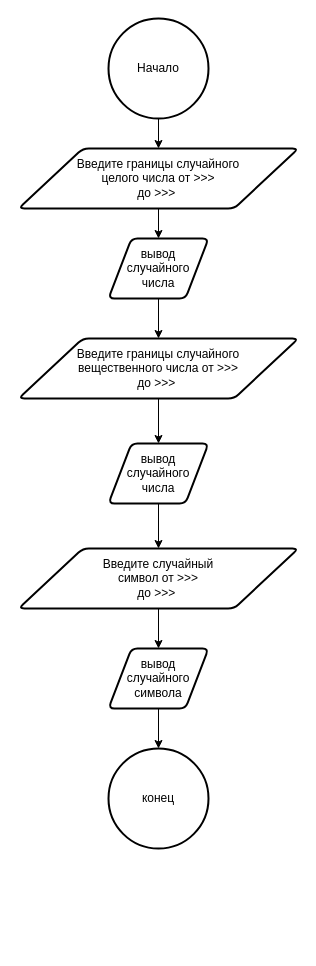
Before: page "les_1_task_3" (3 of 4) of less-1/Диаграмма без названия.drawio in AiDevon/gb_groups_39870, a draw.io diagram. Source tidied: cells renumbered, new cells numbered last; positions are measured from the earlier drawing's top-left corner, leaving out a move shared by most shapes. Both pictures are drawn from the tidied source at 100%, with x=0, y=0 at pixel (18, 18).
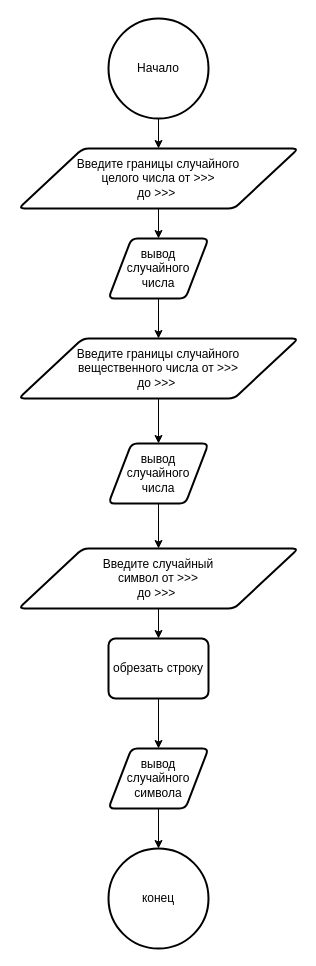
After the change.

Change to the diagram source:
```diff
@@
 <mxGraphModel>
   <root>
     <mxCell id="0" />
     <mxCell id="1" parent="0" />
     <mxCell id="2" style="edgeStyle=orthogonalEdgeStyle;rounded=0;jettySize=auto;html=1;entryX=0.5;entryY=0;entryDx=0;entryDy=0;" parent="1" edge="1" source="3" target="5">
       <mxGeometry relative="1" as="geometry" />
     </mxCell>
     <mxCell id="3" value="Начало" style="strokeWidth=2;html=1;shape=mxgraph.flowchart.start_2;whiteSpace=wrap;" parent="1" vertex="1">
       <mxGeometry x="90" width="100" height="100" as="geometry" />
     </mxCell>
     <mxCell id="4" style="edgeStyle=orthogonalEdgeStyle;rounded=0;jettySize=auto;html=1;entryX=0.5;entryY=0;entryDx=0;entryDy=0;" parent="1" edge="1" source="5" target="7">
       <mxGeometry relative="1" as="geometry" />
     </mxCell>
     <mxCell id="5" value="Введите границы случайного&lt;br&gt;целого числа от &amp;gt;&amp;gt;&amp;gt;&lt;br&gt;до &amp;gt;&amp;gt;&amp;gt;&amp;nbsp;" style="shape=parallelogram;html=1;strokeWidth=2;perimeter=parallelogramPerimeter;whiteSpace=wrap;rounded=1;arcSize=12;size=0.23;" parent="1" vertex="1">
       <mxGeometry y="130" width="280" height="60" as="geometry" />
     </mxCell>
     <mxCell id="6" style="edgeStyle=orthogonalEdgeStyle;rounded=0;jettySize=auto;html=1;entryX=0.5;entryY=0;entryDx=0;entryDy=0;" parent="1" edge="1" source="7" target="9">
       <mxGeometry relative="1" as="geometry" />
     </mxCell>
     <mxCell id="7" value="вывод случайного числа" style="shape=parallelogram;html=1;strokeWidth=2;perimeter=parallelogramPerimeter;whiteSpace=wrap;rounded=1;arcSize=12;size=0.23;" parent="1" vertex="1">
       <mxGeometry x="90" y="220" width="100" height="60" as="geometry" />
     </mxCell>
     <mxCell id="8" style="edgeStyle=orthogonalEdgeStyle;rounded=0;jettySize=auto;html=1;entryX=0.5;entryY=0;entryDx=0;entryDy=0;" parent="1" edge="1" source="9" target="11">
       <mxGeometry relative="1" as="geometry" />
     </mxCell>
     <mxCell id="9" value="Введите границы случайного&lt;br&gt;вещественного числа от &amp;gt;&amp;gt;&amp;gt;&lt;br&gt;до &amp;gt;&amp;gt;&amp;gt;&amp;nbsp;" style="shape=parallelogram;html=1;strokeWidth=2;perimeter=parallelogramPerimeter;whiteSpace=wrap;rounded=1;arcSize=12;size=0.23;" parent="1" vertex="1">
       <mxGeometry y="320" width="280" height="60" as="geometry" />
     </mxCell>
     <mxCell id="10" style="edgeStyle=orthogonalEdgeStyle;rounded=0;jettySize=auto;html=1;entryX=0.5;entryY=0;entryDx=0;entryDy=0;" parent="1" edge="1" source="11" target="13">
       <mxGeometry relative="1" as="geometry" />
     </mxCell>
     <mxCell id="11" value="вывод случайного числа" style="shape=parallelogram;html=1;strokeWidth=2;perimeter=parallelogramPerimeter;whiteSpace=wrap;rounded=1;arcSize=12;size=0.23;" parent="1" vertex="1">
       <mxGeometry x="90" y="425" width="100" height="60" as="geometry" />
     </mxCell>
-    <mxCell id="12" style="edgeStyle=orthogonalEdgeStyle;rounded=0;jettySize=auto;html=1;entryX=0.5;entryY=0;entryDx=0;entryDy=0;" parent="1" edge="1" source="13" target="15">
-      <mxGeometry relative="1" as="geometry" />
-    </mxCell>
+    <mxCell id="17" style="edgeStyle=orthogonalEdgeStyle;rounded=0;jettySize=auto;html=1;entryX=0.5;entryY=0;entryDx=0;entryDy=0;" parent="1" edge="1" source="13" target="19">
+      <mxGeometry relative="1" as="geometry" />
+    </mxCell>
     <mxCell id="13" value="Введите случайный&lt;br&gt;символ от &amp;gt;&amp;gt;&amp;gt;&lt;br&gt;до &amp;gt;&amp;gt;&amp;gt;&amp;nbsp;" style="shape=parallelogram;html=1;strokeWidth=2;perimeter=parallelogramPerimeter;whiteSpace=wrap;rounded=1;arcSize=12;size=0.23;" parent="1" vertex="1">
       <mxGeometry y="530" width="280" height="60" as="geometry" />
     </mxCell>
     <mxCell id="14" style="edgeStyle=orthogonalEdgeStyle;rounded=0;jettySize=auto;html=1;entryX=0.5;entryY=0;entryDx=0;entryDy=0;entryPerimeter=0;" parent="1" edge="1" source="15" target="16">
       <mxGeometry relative="1" as="geometry" />
     </mxCell>
     <mxCell id="15" value="вывод случайного символа" style="shape=parallelogram;html=1;strokeWidth=2;perimeter=parallelogramPerimeter;whiteSpace=wrap;rounded=1;arcSize=12;size=0.23;" parent="1" vertex="1">
-      <mxGeometry x="90" y="630" width="100" height="60" as="geometry" />
+      <mxGeometry x="90" y="730" width="100" height="60" as="geometry" />
     </mxCell>
     <mxCell id="16" value="конец" style="strokeWidth=2;html=1;shape=mxgraph.flowchart.start_2;whiteSpace=wrap;" parent="1" vertex="1">
-      <mxGeometry x="90" y="730" width="100" height="100" as="geometry" />
+      <mxGeometry x="90" y="830" width="100" height="100" as="geometry" />
     </mxCell>
+    <mxCell id="18" style="edgeStyle=orthogonalEdgeStyle;rounded=0;jettySize=auto;html=1;entryX=0.5;entryY=0;entryDx=0;entryDy=0;" parent="1" edge="1" source="19" target="15">
+      <mxGeometry relative="1" as="geometry" />
+    </mxCell>
+    <mxCell id="19" value="обрезать строку" style="rounded=1;whiteSpace=wrap;html=1;absoluteArcSize=1;arcSize=14;strokeWidth=2;" parent="1" vertex="1">
+      <mxGeometry x="90" y="620" width="100" height="60" as="geometry" />
+    </mxCell>
   </root>
 </mxGraphModel>
```
